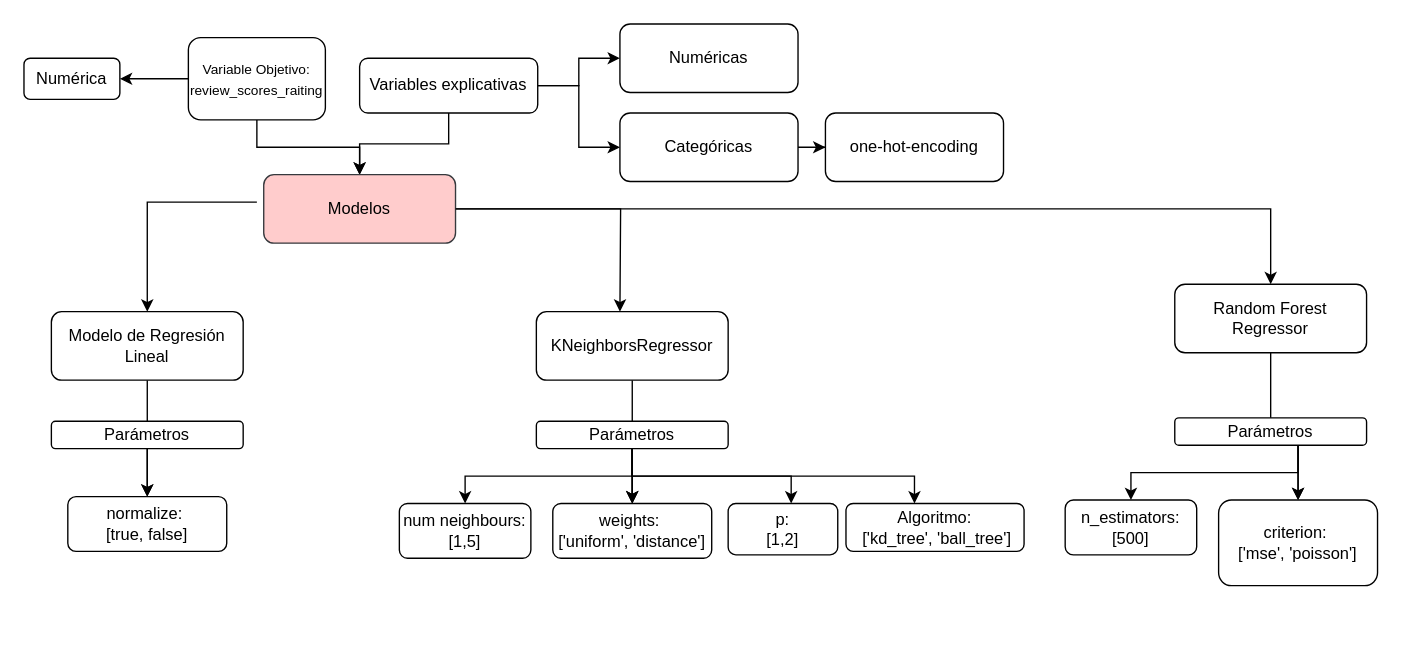
The draw.io diagram Untitled Diagram.drawio in Rebeca98/Proyecto_MineriaDatos, before the edit. Source tidied: cells renumbered, new cells numbered last; positions are measured from the earlier drawing's top-left corner, leaving out a move shared by most shapes. Both pictures are drawn from the tidied source at 137%, with x=0, y=0 at pixel (23, 23).
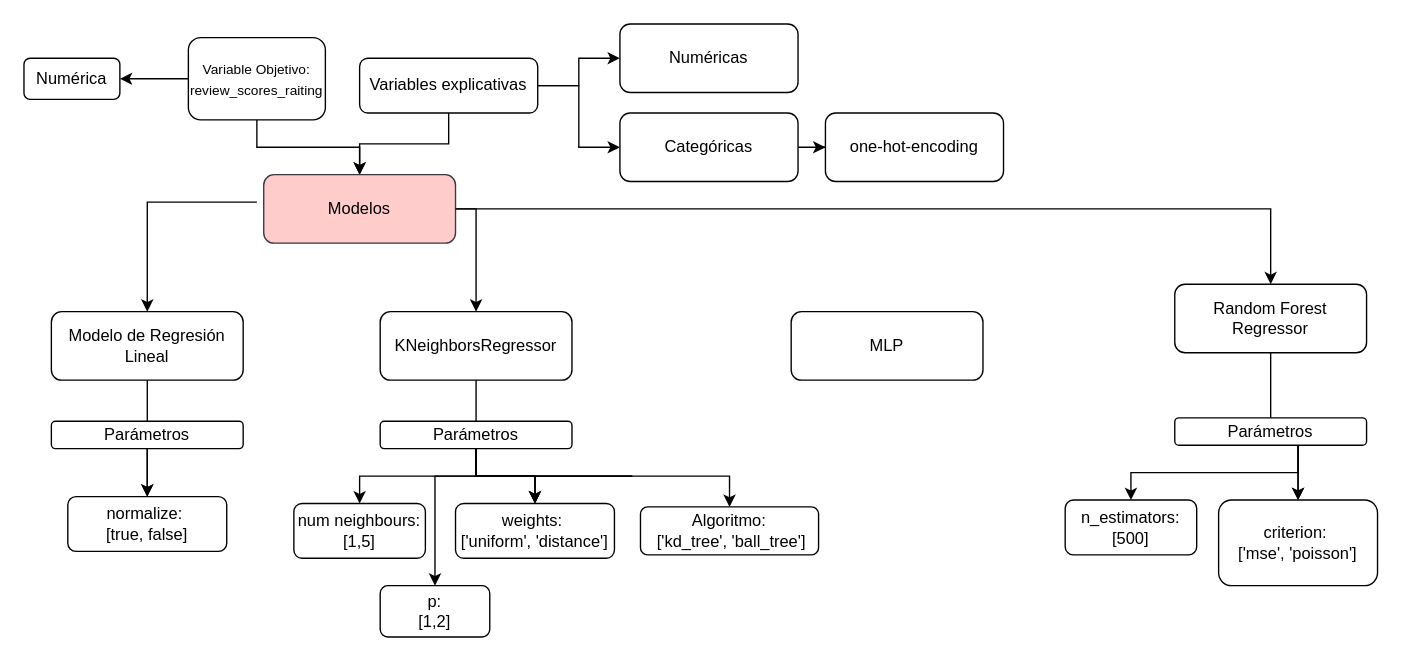
The same page after the edit.

Unchanged cells that the change refers to:
```xml
<mxCell id="18" value="Modelos" style="rounded=1;whiteSpace=wrap;html=1;fontSize=12;glass=0;strokeWidth=1;shadow=0;fillColor=#ffcccc;strokeColor=#36393d;" parent="1" vertex="1">
  <mxGeometry x="175" y="110" width="140" height="50" as="geometry" />
</mxCell>
```

What changed in the source:
```diff
@@
-    <mxCell id="15" style="edgeStyle=orthogonalEdgeStyle;rounded=0;jettySize=auto;html=1;fontSize=10;" parent="1" edge="1" source="16" target="26">
+    <mxCell id="15" style="edgeStyle=orthogonalEdgeStyle;rounded=0;jettySize=auto;html=1;fontSize=10;startArrow=none;" parent="1" edge="1" source="24" target="26">
       <mxGeometry relative="1" as="geometry" />
     </mxCell>
     <mxCell id="16" value="KNeighborsRegressor" style="rounded=1;whiteSpace=wrap;html=1;fontSize=12;glass=0;strokeWidth=1;shadow=0;" parent="1" vertex="1">
-      <mxGeometry x="374" y="210" width="140" height="50" as="geometry" />
+      <mxGeometry x="260" y="210" width="140" height="50" as="geometry" />
     </mxCell>
@@
-    <mxCell id="24" value="Parámetros" style="rounded=1;whiteSpace=wrap;html=1;fontSize=12;glass=0;strokeWidth=1;shadow=0;" parent="1" vertex="1">
-      <mxGeometry x="374" y="290" width="140" height="20" as="geometry" />
-    </mxCell>
     <mxCell id="25" value="num neighbours: &lt;br&gt;[1,5]" style="rounded=1;whiteSpace=wrap;html=1;fontSize=12;glass=0;strokeWidth=1;shadow=0;" parent="1" vertex="1">
-      <mxGeometry x="274" y="350" width="96" height="40" as="geometry" />
+      <mxGeometry x="197" y="350" width="96" height="40" as="geometry" />
     </mxCell>
     <mxCell id="26" value="weights:&amp;nbsp;&lt;br&gt;['uniform', 'distance']" style="rounded=1;whiteSpace=wrap;html=1;fontSize=12;glass=0;strokeWidth=1;shadow=0;" parent="1" vertex="1">
-      <mxGeometry x="386" y="350" width="116" height="40" as="geometry" />
+      <mxGeometry x="315" y="350" width="116" height="40" as="geometry" />
     </mxCell>
     <mxCell id="27" value="p: &lt;br&gt;[1,2]" style="rounded=1;whiteSpace=wrap;html=1;fontSize=12;glass=0;strokeWidth=1;shadow=0;" parent="1" vertex="1">
-      <mxGeometry x="514" y="350" width="80" height="37.5" as="geometry" />
+      <mxGeometry x="260" y="410" width="80" height="37.5" as="geometry" />
     </mxCell>
     <mxCell id="28" value="Algoritmo:&lt;br&gt;&amp;nbsp;['kd_tree', 'ball_tree']" style="rounded=1;whiteSpace=wrap;html=1;fontSize=12;glass=0;strokeWidth=1;shadow=0;" parent="1" vertex="1">
-      <mxGeometry x="600" y="350" width="130" height="35" as="geometry" />
+      <mxGeometry x="450" y="352.5" width="130" height="35" as="geometry" />
     </mxCell>
@@
-    <mxCell id="33" style="endArrow=classic;html=1;rounded=0;edgeStyle=orthogonalEdgeStyle;entryX=0.5;entryY=0;entryDx=0;entryDy=0;exitX=1;exitY=0.5;exitDx=0;exitDy=0;" parent="1" edge="1" source="18">
+    <mxCell id="33" style="endArrow=classic;html=1;rounded=0;edgeStyle=orthogonalEdgeStyle;entryX=0.5;entryY=0;entryDx=0;entryDy=0;exitX=1;exitY=0.5;exitDx=0;exitDy=0;" parent="1" edge="1" source="18" target="16">
       <mxGeometry relative="1" as="geometry">
-        <mxPoint x="435" y="210" as="targetPoint" />
+        <Array as="points">
+          <mxPoint x="330" y="135" />
+        </Array>
       </mxGeometry>
     </mxCell>
@@
+    <mxCell id="24" value="Parámetros" style="rounded=1;whiteSpace=wrap;html=1;fontSize=12;glass=0;strokeWidth=1;shadow=0;" parent="1" vertex="1">
+      <mxGeometry x="260" y="290" width="140" height="20" as="geometry" />
+    </mxCell>
+    <mxCell id="42" style="edgeStyle=orthogonalEdgeStyle;rounded=0;jettySize=auto;html=1;fontSize=10;endArrow=none;" parent="1" edge="1" source="16" target="24">
+      <mxGeometry relative="1" as="geometry" />
+    </mxCell>
+    <mxCell id="43" value="MLP" style="rounded=1;whiteSpace=wrap;html=1;fontSize=12;glass=0;strokeWidth=1;shadow=0;" parent="1" vertex="1">
+      <mxGeometry x="560" y="210" width="140" height="50" as="geometry" />
+    </mxCell>
```
